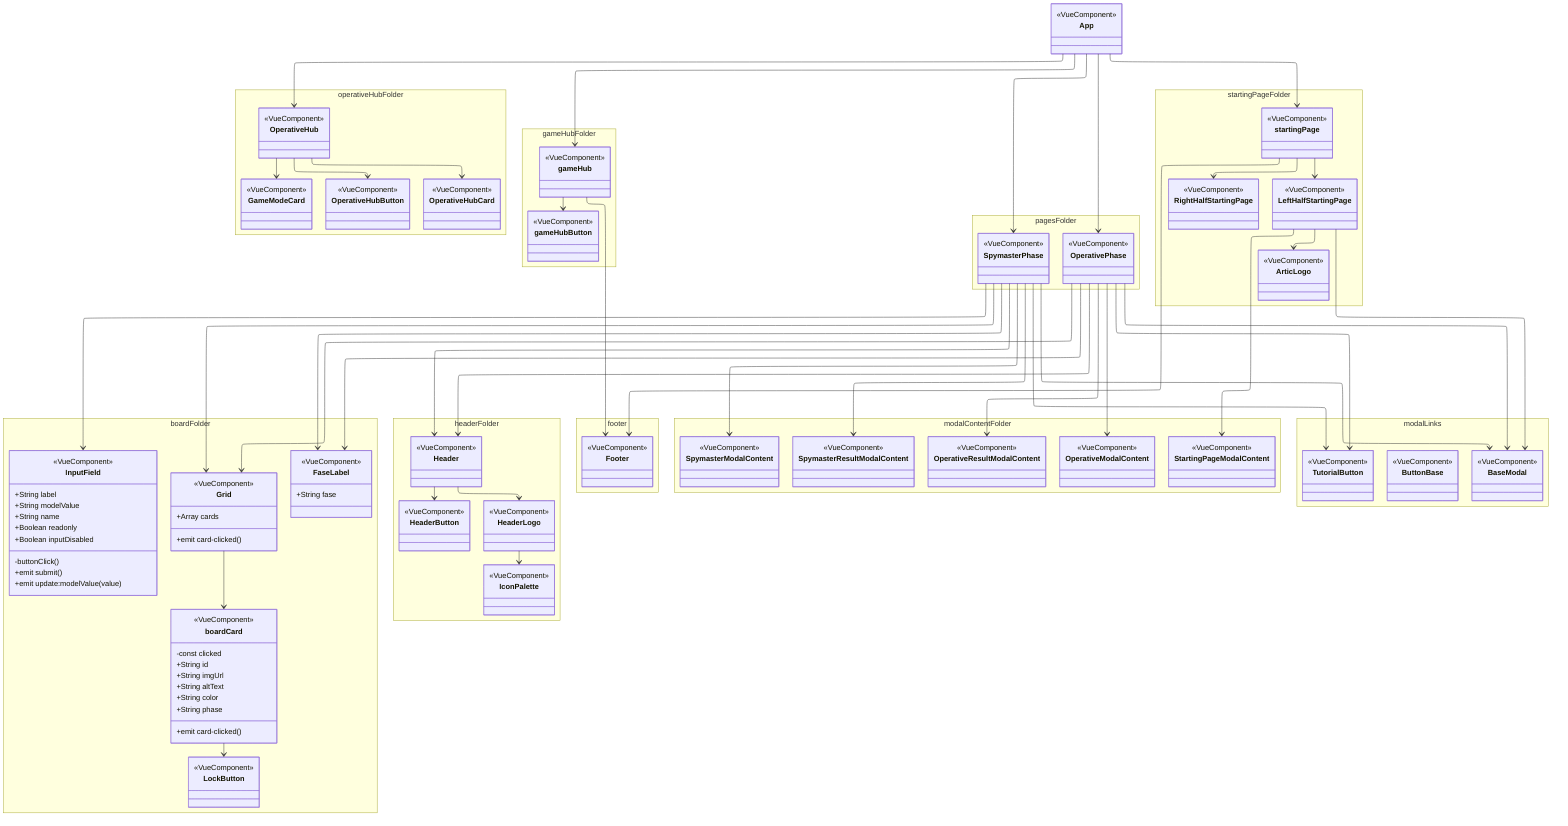
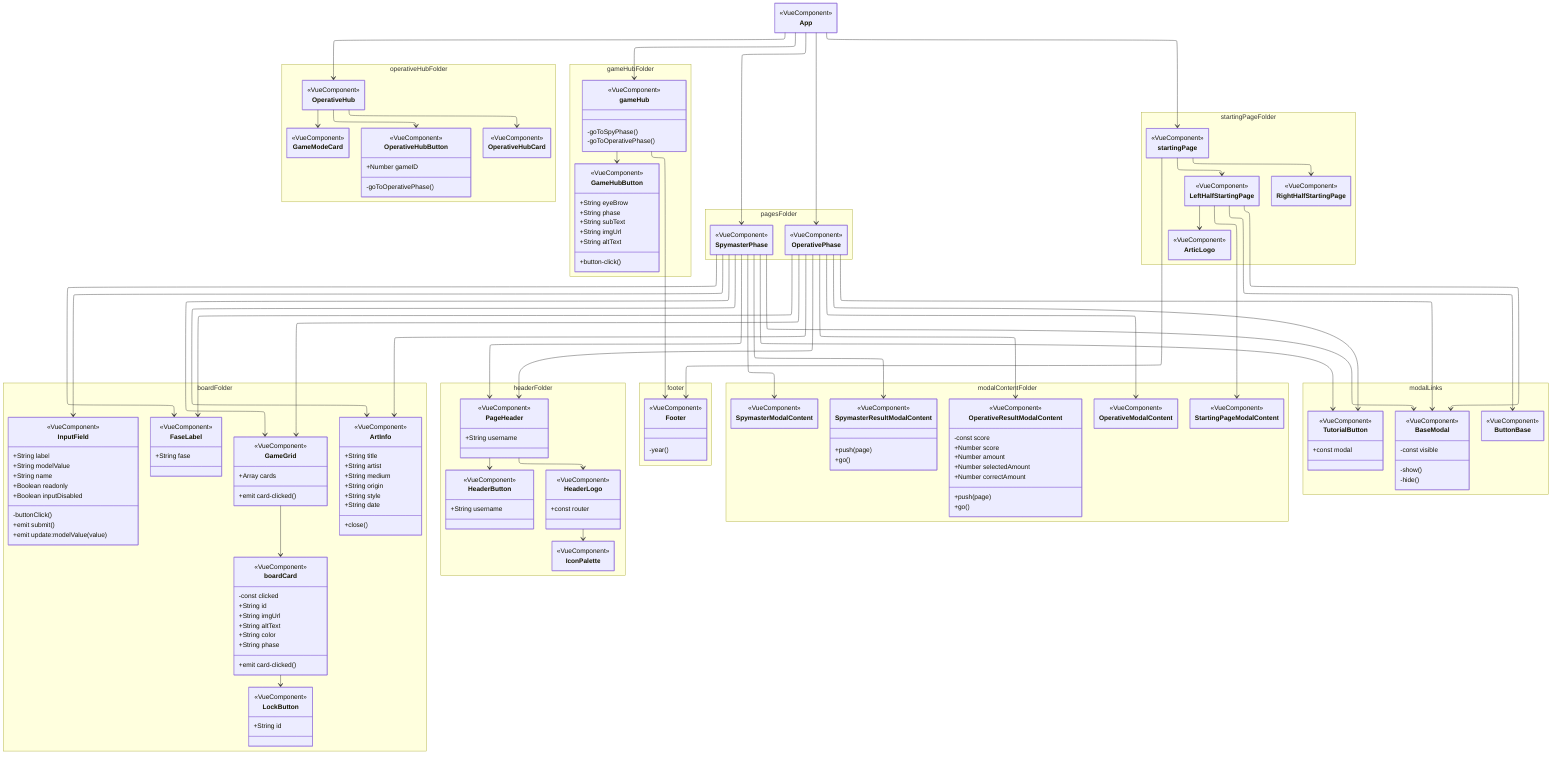
---
config:
+   class:
+     hideEmptyMembersBox: true
  flowchart:
    nodeSpacing: 50
    rankSpacing: 75
  layout: elk
+ 
---

classDiagram
    direction TB
    App --> startingPage
    App --> SpymasterPhase
    App --> OperativePhase
    App --> OperativeHub
    App --> gameHub

    startingPage --> LeftHalfStartingPage
    startingPage --> RightHalfStartingPage
    startingPage --> Footer

-     SpymasterPhase --> Grid
+   LeftHalfStartingPage --> ButtonBase
+ 
+     SpymasterPhase --> GameGrid
    SpymasterPhase --> FaseLabel
-     SpymasterPhase --> Header
+     SpymasterPhase --> PageHeader
    SpymasterPhase --> InputField
- 
-     OperativePhase --> Grid
+     SpymasterPhase --> ArtInfo
+ 
+     OperativePhase --> GameGrid
    OperativePhase --> FaseLabel
-     OperativePhase --> Header
+     OperativePhase --> PageHeader
+     OperativePhase --> ArtInfo

    OperativeHub --> OperativeHubButton
    OperativeHub --> OperativeHubCard
    OperativeHub --> GameModeCard

-     Header --> HeaderLogo
-     Header --> HeaderButton
+     PageHeader --> HeaderLogo
+     PageHeader --> HeaderButton

    HeaderLogo --> IconPalette

-     Grid --> boardCard
- 
-     gameHub --> gameHubButton
+     GameGrid --> boardCard
+ 
+     gameHub --> GameHubButton
    gameHub --> Footer

    boardCard --> LockButton
    LeftHalfStartingPage --> ArticLogo

%%modal
- %% dont know if mapped correctly
    LeftHalfStartingPage --> BaseModal
    LeftHalfStartingPage --> StartingPageModalContent

    OperativePhase --> TutorialButton
    OperativePhase --> BaseModal
    OperativePhase --> OperativeModalContent
    OperativePhase --> OperativeResultModalContent

    SpymasterPhase --> TutorialButton
    SpymasterPhase --> SpymasterModalContent
    SpymasterPhase --> BaseModal
    SpymasterPhase --> SpymasterResultModalContent



    namespace boardFolder {
        class boardCard {
            <<VueComponent>>
            -const clicked
%%          props
            +String id
            +String imgUrl
            +String altText
            +String color
            +String phase

%%          emits
            +emit card-clicked()
        }
+ 
        class FaseLabel {
            <<VueComponent>>
            +String fase
        }

-         class Grid {
+         class GameGrid {
            <<VueComponent>>
%%          props
            +Array cards

%%          emits
            +emit card-clicked()
        }

        class InputField {
            <<VueComponent>>
%%             props
               +String label
               +String modelValue
               +String name
               +Boolean readonly
               +Boolean inputDisabled

               -buttonClick()
%%             emits
               +emit submit()
               +emit update:modelValue(value)
        }

        class LockButton {
            <<VueComponent>>
%%             props
- %%             emits
- 
+                +String id
+ %%             emits
+         }
+ 
+         class ArtInfo {
+             <<VueComponent>>
+ %%             props
+                +String title
+                +String artist
+                +String medium
+                +String origin
+                +String style
+                +String date
+ %%             emits
+                +close()
        }
    }

    namespace headerFolder {
-         class Header {
-             <<VueComponent>>
- %%             props
- %%             emits
- 
-         }
+         class PageHeader {
+             <<VueComponent>>
+ %%             props
+                +String username
+ %%             emits
+ 
+         }
+ 
        class HeaderButton {
            <<VueComponent>>
%%             props
- %%             emits
- 
-         }
+                +String username
+ %%             emits
+ 
+         }
+ 
        class HeaderLogo {
            <<VueComponent>>
%%             props
%%             emits

-         }
+                +const router
+         }
+ 
        class IconPalette {
            <<VueComponent>>
- %%             props
- %%             emits

        }
    }

%% hubs folder
    namespace operativeHubFolder {
        class OperativeHubButton {
            <<VueComponent>>
- %%             props
- %%             emits
- 
-         }
+ %%              props
+                 +Number gameID
+                 -goToOperativePhase()
+ %%              emits
+ 
+ 
+         }
+ 
        class OperativeHubCard {
            <<VueComponent>>
%%             props
- %%             emits
- 
-         }
+ 
+ %%             emits
+ 
+         }
+ 
        class GameModeCard {
            <<VueComponent>>
%%             props
%%             emits

        }
+ 
        class OperativeHub {
            <<VueComponent>>
%%             props
%%             emits

        }
    }

    namespace gameHubFolder {
-         class gameHubButton {
-             <<VueComponent>>
- %%             props
- %%             emits
- 
-         }
+         class GameHubButton {
+             <<VueComponent>>
+ %%          props
+             +String eyeBrow
+             +String phase
+             +String subText
+             +String imgUrl
+             +String altText
+ %%           emmits
+             +button-click()
+         }
+ 
        class gameHub {
            <<VueComponent>>
- %%             props
- %%             emits
- 
+             -goToSpyPhase()
+             -goToOperativePhase()
        }
    }

    namespace footer {
        class Footer {
            <<VueComponent>>
- %%             props
- %%             emits
+             -year()

        }
    }
%% modal
    namespace modalContentFolder {
        class OperativeModalContent {
            <<VueComponent>>
- %%             props
- %%             emits
- 
-         }
+         }
+ 
        class OperativeResultModalContent {
            <<VueComponent>>
- %%             props
- %%             emits
- 
-         }
+                -const score
+ %%             props
+                +Number score
+                +Number amount
+                +Number selectedAmount
+                +Number correctAmount
+                +push(page)
+                +go()
+         }
+ 
        class SpymasterModalContent {
            <<VueComponent>>
- %%             props
- %%             emits
- 
-         }
+         }
+ 
        class SpymasterResultModalContent {
            <<VueComponent>>
- %%             props
- %%             emits
- 
-         }
+            +push(page)
+                +go()
+         }
+ 
        class StartingPageModalContent {
            <<VueComponent>>
- %%             props
- %%             emits
- 
        }
    }

    namespace modalLinks {
        class BaseModal {
            <<VueComponent>>
- %%             props
- %%             emits
- 
-         }
+                -const visible
+                -show()
+                -hide()
+         }
+ 
        class ButtonBase {
            <<VueComponent>>
- %%             props
- %%             emits
- 
-         }
+         }
+ 
        class TutorialButton {
            <<VueComponent>>
+                +const modal
%%             props
%%             emits

        }
    }
    namespace  pagesFolder {
        class SpymasterPhase {
            <<VueComponent>>
%%             props
%%             emits

        }
+ 
        class OperativePhase {
            <<VueComponent>>
%%             props
%%             emits

        }
    }

%% is in the pagesfolder
        namespace startingPageFolder {
            class startingPage {
            <<VueComponent>>
%%             props
%%             emits

            }
+ 
            class LeftHalfStartingPage {
            <<VueComponent>>
%%             props
%%             emits

            }
+ 
            class RightHalfStartingPage {
            <<VueComponent>>
%%             props
%%             emits

            }
+ 
            class ArticLogo {
            <<VueComponent>>
%%             props
%%             emits

            }
        }

%% vue default classes
    class App {
            <<VueComponent>>
%%             props
%%             emits

    }
